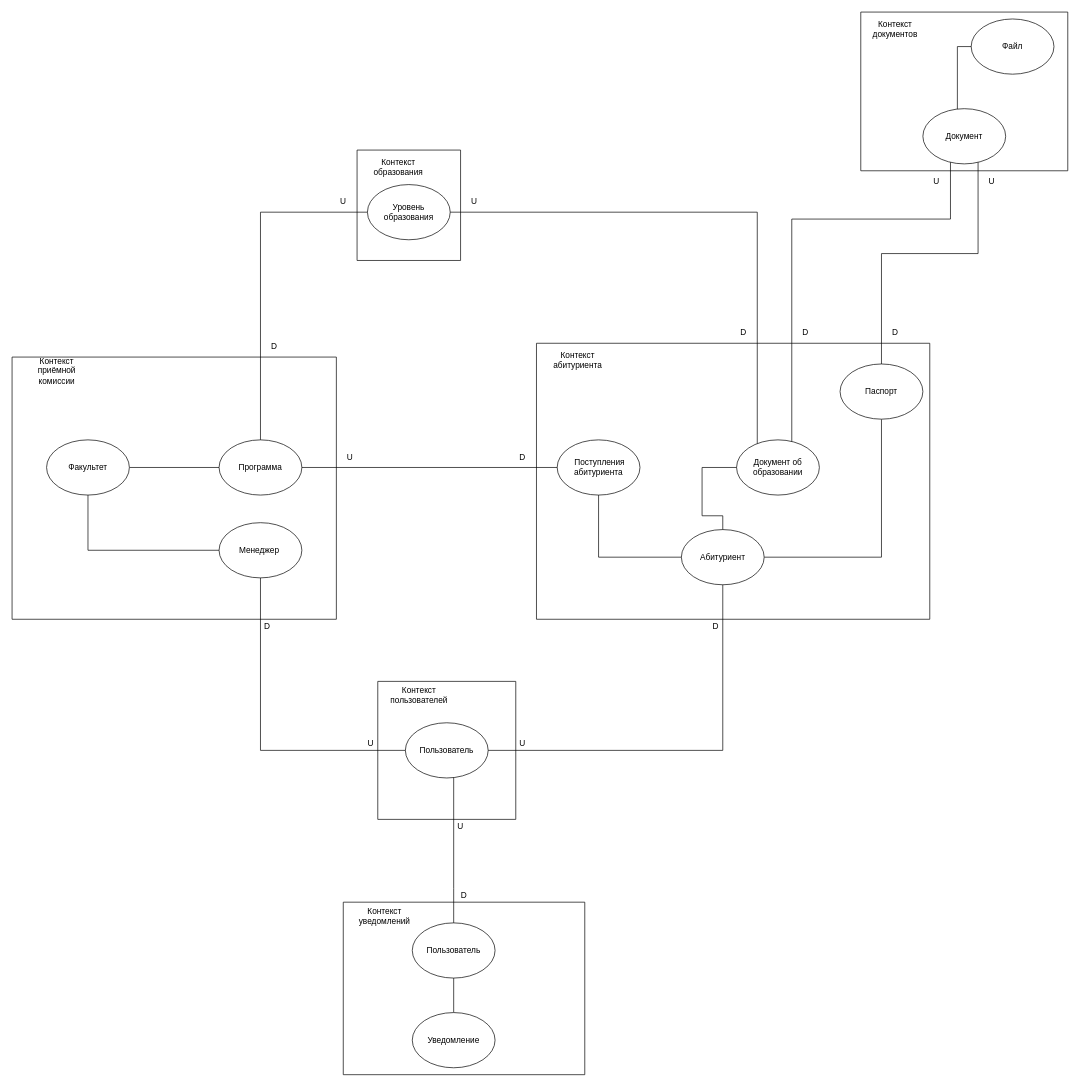
Earlier version of the draw.io diagram DDD.drawio.xml (Camon-fi07/applicant-portal-api). Source tidied: cells renumbered, new cells numbered last; positions are measured from the earlier drawing's top-left corner, leaving out a move shared by most shapes. Both pictures are drawn from the tidied source at 69%, with x=0, y=0 at pixel (12, 12).
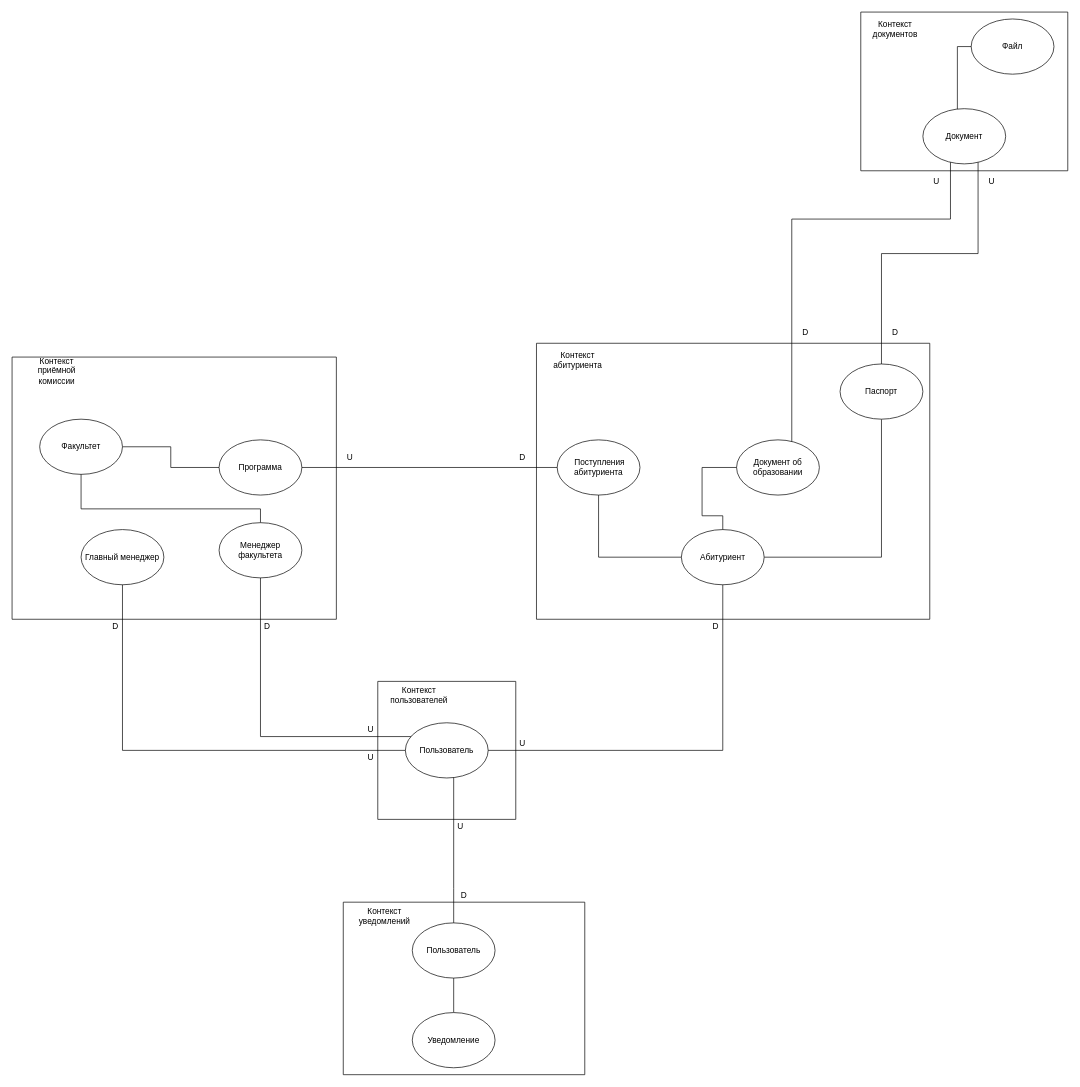
The same diagram, later.

Commit message:
Delete education context

The change refers to these unchanged cells:
```xml
<mxCell id="2" style="swimlane;startSize=0;" parent="1" vertex="1">
  <mxGeometry y="500" width="470" height="380" as="geometry" />
</mxCell>
<mxCell id="5" value="Программа" style="ellipse;whiteSpace=wrap;html=1;" parent="2" vertex="1">
  <mxGeometry x="300" y="120" width="120" height="80" as="geometry" />
</mxCell>
<mxCell id="16" value="Документ об образовании" style="ellipse;whiteSpace=wrap;html=1;" parent="9" vertex="1">
  <mxGeometry x="290" y="140" width="120" height="80" as="geometry" />
</mxCell>
<mxCell id="20" value="Пользователь" style="ellipse;whiteSpace=wrap;html=1;" parent="19" vertex="1">
  <mxGeometry x="40" y="60" width="120" height="80" as="geometry" />
</mxCell>
```

What changed in the source:
```diff
@@
     <mxCell id="4" value="Факультет" style="ellipse;whiteSpace=wrap;html=1;" parent="2" vertex="1">
-      <mxGeometry x="50" y="120" width="120" height="80" as="geometry" />
+      <mxGeometry x="40" y="90" width="120" height="80" as="geometry" />
     </mxCell>
@@
     <mxCell id="7" style="edgeStyle=orthogonalEdgeStyle;rounded=0;jettySize=auto;html=1;endArrow=none;endFill=0;" parent="2" edge="1" source="8" target="4">
-      <mxGeometry relative="1" as="geometry" />
+      <mxGeometry relative="1" as="geometry">
+        <Array as="points">
+          <mxPoint x="360" y="220" />
+          <mxPoint x="100" y="220" />
+        </Array>
+      </mxGeometry>
     </mxCell>
-    <mxCell id="8" value="Менеджер&amp;nbsp;" style="ellipse;whiteSpace=wrap;html=1;" parent="2" vertex="1">
+    <mxCell id="8" value="Менеджер факультета" style="ellipse;whiteSpace=wrap;html=1;" parent="2" vertex="1">
       <mxGeometry x="300" y="240" width="120" height="80" as="geometry" />
     </mxCell>
+    <mxCell id="58" value="Главный менеджер" style="ellipse;whiteSpace=wrap;html=1;" parent="2" vertex="1">
+      <mxGeometry x="100" y="250" width="120" height="80" as="geometry" />
+    </mxCell>
@@
     <mxCell id="25" style="edgeStyle=orthogonalEdgeStyle;rounded=0;jettySize=auto;html=1;endArrow=none;endFill=0;" parent="1" edge="1" source="20" target="8">
       <mxGeometry relative="1" as="geometry">
         <Array as="points">
-          <mxPoint x="360" y="1070" />
+          <mxPoint x="360" y="1050" />
         </Array>
       </mxGeometry>
     </mxCell>
     <mxCell id="26" value="U" style="text;html=1;align=center;verticalAlign=middle;whiteSpace=wrap;rounded=0;" parent="1" vertex="1">
-      <mxGeometry x="510" y="1050" width="20" height="20" as="geometry" />
+      <mxGeometry x="510" y="1030" width="20" height="20" as="geometry" />
     </mxCell>
@@
-    <mxCell id="36" style="edgeStyle=orthogonalEdgeStyle;rounded=0;jettySize=auto;html=1;endArrow=none;endFill=0;" parent="1" edge="1" source="5" target="45">
-      <mxGeometry relative="1" as="geometry">
-        <Array as="points">
-          <mxPoint x="360" y="290" />
-        </Array>
-      </mxGeometry>
-    </mxCell>
@@
-    <mxCell id="43" style="swimlane;startSize=0;" parent="1" vertex="1">
-      <mxGeometry x="500" y="200" width="150" height="160" as="geometry" />
-    </mxCell>
-    <mxCell id="44" value="Контекст образования" style="text;html=1;align=center;verticalAlign=middle;whiteSpace=wrap;rounded=0;" parent="43" vertex="1">
-      <mxGeometry x="20" y="10" width="80" height="30" as="geometry" />
-    </mxCell>
-    <mxCell id="45" value="Уровень образования" style="ellipse;whiteSpace=wrap;html=1;" parent="43" vertex="1">
-      <mxGeometry x="15" y="50" width="120" height="80" as="geometry" />
-    </mxCell>
@@
-    <mxCell id="50" style="edgeStyle=orthogonalEdgeStyle;rounded=0;jettySize=auto;html=1;endArrow=none;endFill=0;" parent="1" edge="1" source="45" target="16">
-      <mxGeometry relative="1" as="geometry">
-        <Array as="points">
-          <mxPoint x="1080" y="290" />
-        </Array>
-      </mxGeometry>
-    </mxCell>
@@
-    <mxCell id="52" value="D" style="text;html=1;align=center;verticalAlign=middle;whiteSpace=wrap;rounded=0;" parent="1" vertex="1">
-      <mxGeometry x="1040" y="450" width="40" height="30" as="geometry" />
-    </mxCell>
-    <mxCell id="53" value="U" style="text;html=1;align=center;verticalAlign=middle;whiteSpace=wrap;rounded=0;" parent="1" vertex="1">
-      <mxGeometry x="650" y="260" width="40" height="30" as="geometry" />
-    </mxCell>
-    <mxCell id="54" value="U" style="text;html=1;align=center;verticalAlign=middle;whiteSpace=wrap;rounded=0;" parent="1" vertex="1">
-      <mxGeometry x="460" y="260" width="40" height="30" as="geometry" />
-    </mxCell>
-    <mxCell id="55" value="D" style="text;html=1;align=center;verticalAlign=middle;whiteSpace=wrap;rounded=0;" parent="1" vertex="1">
-      <mxGeometry x="360" y="470" width="40" height="30" as="geometry" />
-    </mxCell>
@@
+    <mxCell id="59" style="edgeStyle=orthogonalEdgeStyle;rounded=0;jettySize=auto;html=1;endArrow=none;endFill=0;" parent="1" edge="1" source="20" target="58">
+      <mxGeometry relative="1" as="geometry" />
+    </mxCell>
+    <mxCell id="60" value="U" style="text;html=1;align=center;verticalAlign=middle;whiteSpace=wrap;rounded=0;" parent="1" vertex="1">
+      <mxGeometry x="510" y="1070" width="20" height="20" as="geometry" />
+    </mxCell>
+    <mxCell id="61" value="D" style="text;html=1;align=center;verticalAlign=middle;whiteSpace=wrap;rounded=0;" parent="1" vertex="1">
+      <mxGeometry x="140" y="880" width="20" height="20" as="geometry" />
+    </mxCell>
```
